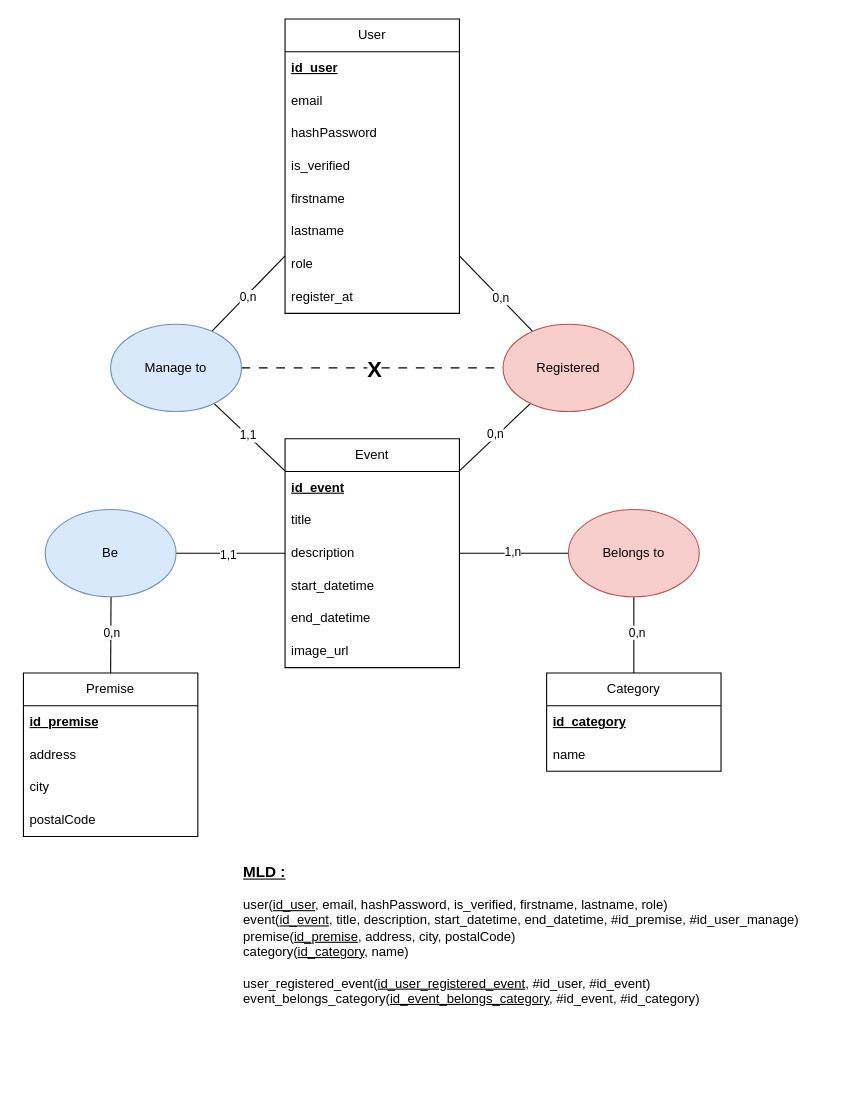
Above: Merise/MCD_Projet_Fil_Rouge.drawio in Mzk-Ali/M2I_Projet_Fil_Rouge_Conception (draw.io), before the change. Source tidied: cells renumbered, new cells numbered last; positions are measured from the earlier drawing's top-left corner, leaving out a move shared by most shapes. Both pictures are drawn from the tidied source at 109%, with x=0, y=0 at pixel (23, 19).
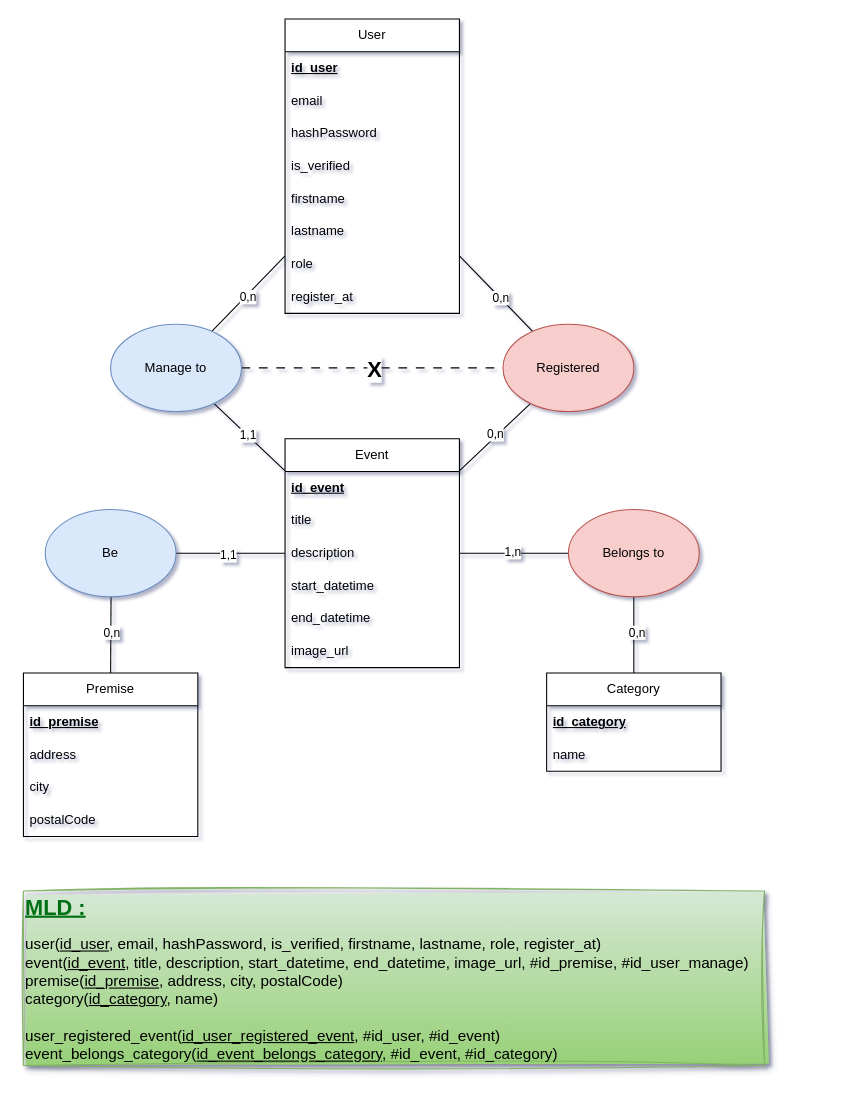
The same diagram, later.

Commit message:
Mettre à jour MCD_Projet_Fil_Rouge.drawio

Change to the diagram source:
```diff
@@
-<mxGraphModel>
+<mxGraphModel shadow="1">
@@
-    <mxCell id="48" value="&lt;b&gt;&lt;font style=&quot;font-size: 14px;&quot;&gt;&lt;u&gt;MLD :&lt;/u&gt;&lt;/font&gt;&lt;/b&gt;&lt;div&gt;&lt;br&gt;&lt;div&gt;user(&lt;u&gt;id_user&lt;/u&gt;, email, hashPassword, is_verified, firstname, lastname, role)&lt;/div&gt;&lt;div&gt;event(&lt;u&gt;id_event&lt;/u&gt;, title, description, start_datetime, end_datetime, #id_premise, #id_user_manage)&lt;/div&gt;&lt;div&gt;premise(&lt;u&gt;id_premise&lt;/u&gt;, address, city, postalCode)&lt;/div&gt;&lt;div&gt;category(&lt;u&gt;id_category&lt;/u&gt;, name)&lt;/div&gt;&lt;div&gt;&lt;br&gt;&lt;/div&gt;&lt;div&gt;user_registered_event(&lt;u&gt;id_user_registered_event&lt;/u&gt;, #id_user, #id_event)&lt;/div&gt;&lt;div&gt;&lt;span style=&quot;text-align: center; background-color: transparent; color: light-dark(rgb(0, 0, 0), rgb(255, 255, 255));&quot;&gt;event_belongs_category&lt;/span&gt;(&lt;u&gt;id_event_belongs_category&lt;/u&gt;, #id_event, #id_category)&lt;/div&gt;&lt;/div&gt;" style="text;html=1;align=left;verticalAlign=middle;whiteSpace=wrap;rounded=0;" parent="1" vertex="1">
-      <mxGeometry x="200" y="760" width="540" height="160" as="geometry" />
+    <mxCell id="48" value="&lt;b&gt;&lt;font style=&quot;font-size: 20px; color: light-dark(rgb(0, 112, 19), rgb(237, 237, 237));&quot;&gt;&lt;u style=&quot;&quot;&gt;MLD :&lt;/u&gt;&lt;/font&gt;&lt;/b&gt;&lt;div&gt;&lt;br&gt;&lt;div&gt;&lt;font style=&quot;font-size: 14px;&quot;&gt;user(&lt;u style=&quot;&quot;&gt;id_user&lt;/u&gt;, email, hashPassword, is_verified, firstname, lastname, role, register_at)&lt;/font&gt;&lt;/div&gt;&lt;div&gt;&lt;font style=&quot;font-size: 14px;&quot;&gt;event(&lt;u&gt;id_event&lt;/u&gt;, title, description, start_datetime, end_datetime, image_url, #id_premise, #id_user_manage)&lt;/font&gt;&lt;/div&gt;&lt;div&gt;&lt;font style=&quot;font-size: 14px;&quot;&gt;premise(&lt;u&gt;id_premise&lt;/u&gt;, address, city, postalCode)&lt;/font&gt;&lt;/div&gt;&lt;div&gt;&lt;font style=&quot;font-size: 14px;&quot;&gt;category(&lt;u&gt;id_category&lt;/u&gt;, name)&lt;/font&gt;&lt;/div&gt;&lt;div&gt;&lt;font style=&quot;font-size: 14px;&quot;&gt;&lt;br&gt;&lt;/font&gt;&lt;/div&gt;&lt;div&gt;&lt;font style=&quot;font-size: 14px;&quot;&gt;user_registered_event(&lt;u&gt;id_user_registered_event&lt;/u&gt;, #id_user, #id_event)&lt;/font&gt;&lt;/div&gt;&lt;div&gt;&lt;font style=&quot;font-size: 14px;&quot;&gt;&lt;span style=&quot;text-align: center; background-color: transparent; color: light-dark(rgb(0, 0, 0), rgb(255, 255, 255));&quot;&gt;event_belongs_category&lt;/span&gt;(&lt;u style=&quot;&quot;&gt;id_event_belongs_category&lt;/u&gt;, #id_event, #id_category)&lt;/font&gt;&lt;/div&gt;&lt;/div&gt;" style="text;html=1;align=left;verticalAlign=middle;whiteSpace=wrap;rounded=0;fillColor=#d5e8d4;gradientColor=#97d077;strokeColor=#82b366;sketch=1;curveFitting=1;jiggle=2;shadow=1;" parent="1" vertex="1">
+      <mxGeometry y="800" width="680" height="160" as="geometry" />
     </mxCell>
```
